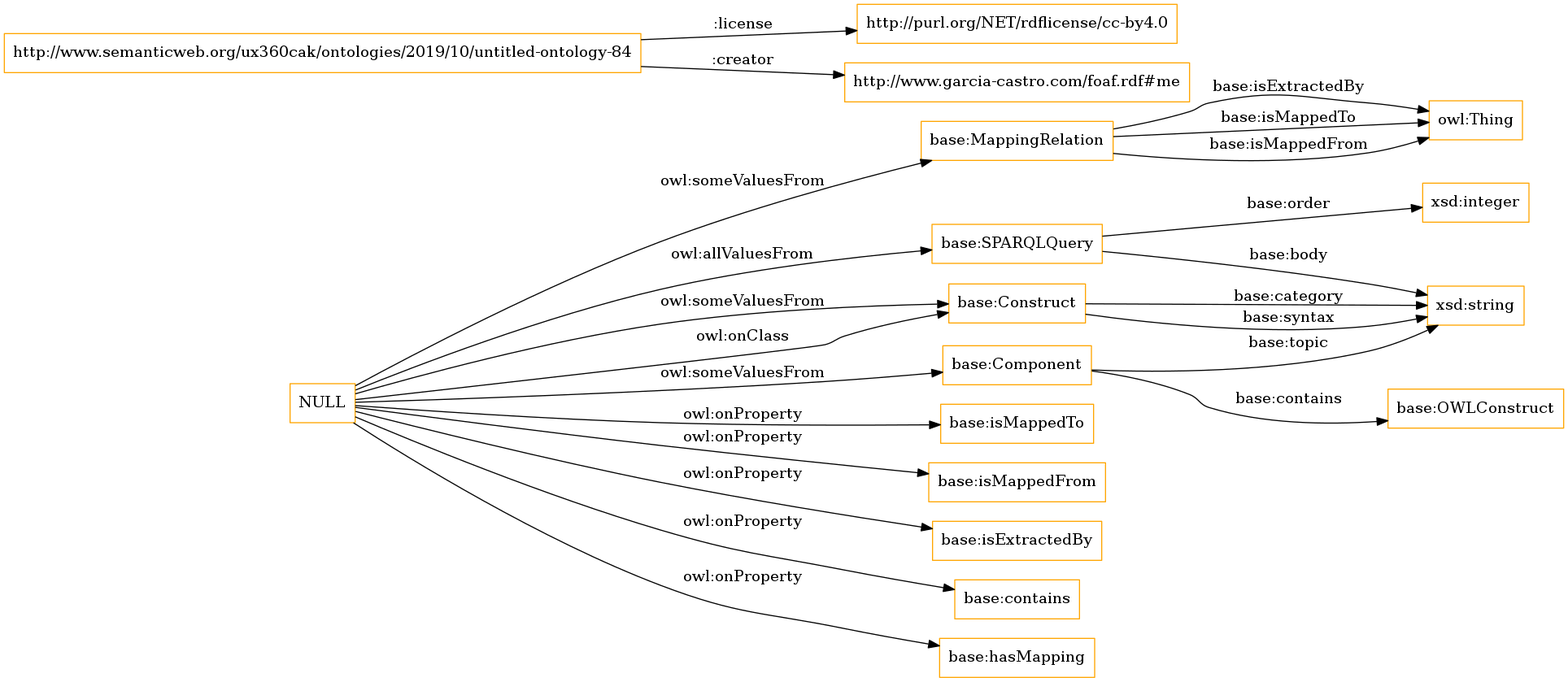
Above: OnToology/ontology.owl/diagrams/ar2dtool-class/ontology.owl.png in albaizq/astrea-ontology (Graphviz), before the change. Its source is kept beside it as OnToology/ontology.owl/diagrams/ar2dtool-class/ontology.owl.png.dot. Source of this version:
```dot
digraph ar2dtool_diagram {
rankdir=LR;
size="1501"
node [shape = rectangle, color="orange"]; "base:SPARQLQuery" "base:OWLConstruct" "base:MappingRelation" "base:Construct" "base:Component" ; /*classes style*/
	"http://www.semanticweb.org/ux360cak/ontologies/2019/10/untitled-ontology-84" -> "http://purl.org/NET/rdflicense/cc-by4.0" [ label = ":license" ];
	"http://www.semanticweb.org/ux360cak/ontologies/2019/10/untitled-ontology-84" -> "http://www.garcia-castro.com/foaf.rdf#me" [ label = ":creator" ];
	"NULL" -> "base:Construct" [ label = "owl:someValuesFrom" ];
	"NULL" -> "base:SPARQLQuery" [ label = "owl:allValuesFrom" ];
	"NULL" -> "base:MappingRelation" [ label = "owl:someValuesFrom" ];
	"NULL" -> "base:isMappedTo" [ label = "owl:onProperty" ];
	"NULL" -> "base:Component" [ label = "owl:someValuesFrom" ];
	"NULL" -> "base:isMappedFrom" [ label = "owl:onProperty" ];
	"NULL" -> "base:Construct" [ label = "owl:onClass" ];
	"NULL" -> "base:isExtractedBy" [ label = "owl:onProperty" ];
	"NULL" -> "base:contains" [ label = "owl:onProperty" ];
	"NULL" -> "base:hasMapping" [ label = "owl:onProperty" ];
	"base:Construct" -> "xsd:string" [ label = "base:category" ];
	"base:SPARQLQuery" -> "xsd:string" [ label = "base:body" ];
	"base:Component" -> "xsd:string" [ label = "base:topic" ];
	"base:MappingRelation" -> "owl:Thing" [ label = "base:isExtractedBy" ];
	"base:Construct" -> "xsd:string" [ label = "base:syntax" ];
	"base:SPARQLQuery" -> "xsd:integer" [ label = "base:order" ];
	"base:Component" -> "base:OWLConstruct" [ label = "base:contains" ];
	"base:MappingRelation" -> "owl:Thing" [ label = "base:isMappedTo" ];
	"base:MappingRelation" -> "owl:Thing" [ label = "base:isMappedFrom" ];

}
```
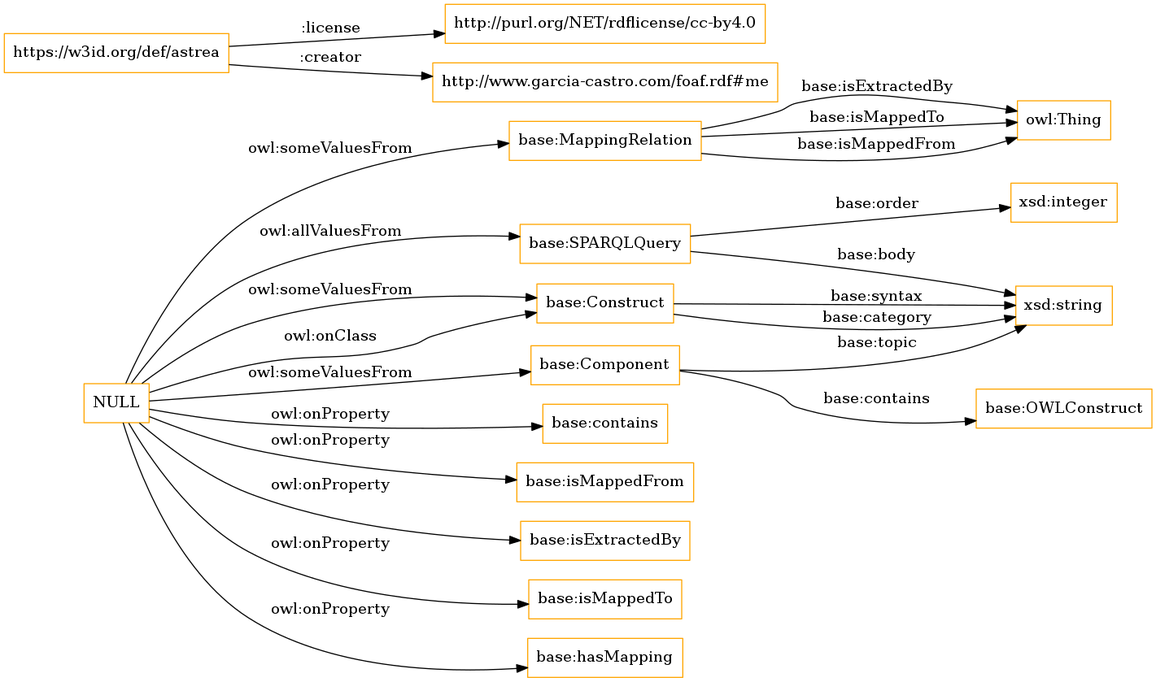
Above is the later version.

The edit, as a diff of the source:
```diff
@@ -2,26 +2,26 @@
 rankdir=LR;
 size="1501"
 node [shape = rectangle, color="orange"]; "base:SPARQLQuery" "base:OWLConstruct" "base:MappingRelation" "base:Construct" "base:Component" ; /*classes style*/
-	"http://www.semanticweb.org/ux360cak/ontologies/2019/10/untitled-ontology-84" -> "http://purl.org/NET/rdflicense/cc-by4.0" [ label = ":license" ];
-	"http://www.semanticweb.org/ux360cak/ontologies/2019/10/untitled-ontology-84" -> "http://www.garcia-castro.com/foaf.rdf#me" [ label = ":creator" ];
+	"https://w3id.org/def/astrea" -> "http://purl.org/NET/rdflicense/cc-by4.0" [ label = ":license" ];
+	"https://w3id.org/def/astrea" -> "http://www.garcia-castro.com/foaf.rdf#me" [ label = ":creator" ];
+	"NULL" -> "base:MappingRelation" [ label = "owl:someValuesFrom" ];
 	"NULL" -> "base:Construct" [ label = "owl:someValuesFrom" ];
-	"NULL" -> "base:SPARQLQuery" [ label = "owl:allValuesFrom" ];
-	"NULL" -> "base:MappingRelation" [ label = "owl:someValuesFrom" ];
+	"NULL" -> "base:contains" [ label = "owl:onProperty" ];
+	"NULL" -> "base:isMappedFrom" [ label = "owl:onProperty" ];
+	"NULL" -> "base:isExtractedBy" [ label = "owl:onProperty" ];
+	"NULL" -> "base:Construct" [ label = "owl:onClass" ];
 	"NULL" -> "base:isMappedTo" [ label = "owl:onProperty" ];
 	"NULL" -> "base:Component" [ label = "owl:someValuesFrom" ];
-	"NULL" -> "base:isMappedFrom" [ label = "owl:onProperty" ];
-	"NULL" -> "base:Construct" [ label = "owl:onClass" ];
-	"NULL" -> "base:isExtractedBy" [ label = "owl:onProperty" ];
-	"NULL" -> "base:contains" [ label = "owl:onProperty" ];
 	"NULL" -> "base:hasMapping" [ label = "owl:onProperty" ];
-	"base:Construct" -> "xsd:string" [ label = "base:category" ];
-	"base:SPARQLQuery" -> "xsd:string" [ label = "base:body" ];
-	"base:Component" -> "xsd:string" [ label = "base:topic" ];
+	"NULL" -> "base:SPARQLQuery" [ label = "owl:allValuesFrom" ];
 	"base:MappingRelation" -> "owl:Thing" [ label = "base:isExtractedBy" ];
 	"base:Construct" -> "xsd:string" [ label = "base:syntax" ];
+	"base:Construct" -> "xsd:string" [ label = "base:category" ];
+	"base:MappingRelation" -> "owl:Thing" [ label = "base:isMappedTo" ];
 	"base:SPARQLQuery" -> "xsd:integer" [ label = "base:order" ];
+	"base:SPARQLQuery" -> "xsd:string" [ label = "base:body" ];
+	"base:MappingRelation" -> "owl:Thing" [ label = "base:isMappedFrom" ];
+	"base:Component" -> "xsd:string" [ label = "base:topic" ];
 	"base:Component" -> "base:OWLConstruct" [ label = "base:contains" ];
-	"base:MappingRelation" -> "owl:Thing" [ label = "base:isMappedTo" ];
-	"base:MappingRelation" -> "owl:Thing" [ label = "base:isMappedFrom" ];
 
 }
```
